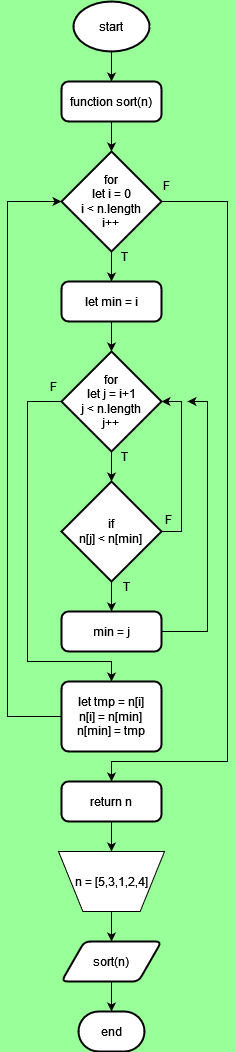
Earlier version of the draw.io export flowchart-diagram/selection_sort_algorithm.drawio.png (Destantomy/Dry-run-algorithm). Source tidied: cells renumbered, new cells last; positions are measured from the earlier drawing's top-left corner, leaving out a move shared by most shapes.
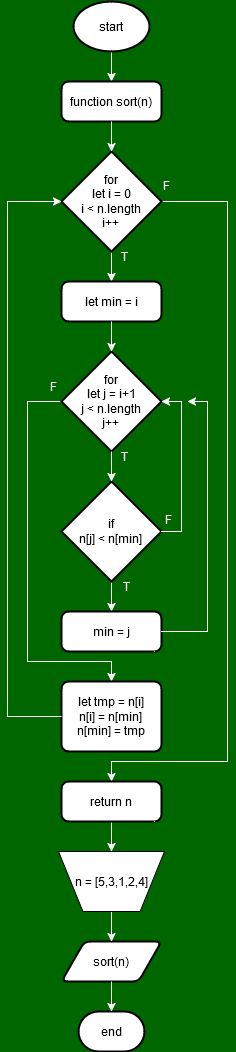
The same file after the commit.

Change to the diagram source:
```diff
@@ -1,8 +1,8 @@
-<mxGraphModel background="#99FF99">
+<mxGraphModel background="#006600">
   <root>
     <mxCell id="0" />
     <mxCell id="1" parent="0" />
-    <mxCell id="2" style="edgeStyle=orthogonalEdgeStyle;rounded=0;jettySize=auto;html=1;exitX=0.5;exitY=1;exitDx=0;exitDy=0;exitPerimeter=0;entryX=0.5;entryY=0;entryDx=0;entryDy=0;strokeColor=#000000;" parent="1" edge="1" source="3" target="4">
+    <mxCell id="2" style="edgeStyle=orthogonalEdgeStyle;rounded=0;jettySize=auto;html=1;exitX=0.5;exitY=1;exitDx=0;exitDy=0;exitPerimeter=0;entryX=0.5;entryY=0;entryDx=0;entryDy=0;strokeColor=#FFFFFF;" parent="1" edge="1" source="3" target="4">
       <mxGeometry relative="1" as="geometry" />
     </mxCell>
     <mxCell id="3" value="start" style="strokeWidth=2;html=1;shape=mxgraph.flowchart.start_1;whiteSpace=wrap;strokeColor=#000000;" parent="1" vertex="1">
@@ -11,10 +11,10 @@
     <mxCell id="4" value="function sort(n)" style="rounded=1;whiteSpace=wrap;html=1;absoluteArcSize=1;arcSize=14;strokeWidth=2;strokeColor=#000000;" parent="1" vertex="1">
       <mxGeometry x="54" y="80" width="100" height="40" as="geometry" />
     </mxCell>
-    <mxCell id="5" style="edgeStyle=orthogonalEdgeStyle;rounded=0;jettySize=auto;html=1;exitX=0.5;exitY=1;exitDx=0;exitDy=0;exitPerimeter=0;entryX=0.5;entryY=0;entryDx=0;entryDy=0;strokeColor=#000000;" parent="1" edge="1" source="7" target="8">
+    <mxCell id="5" style="edgeStyle=orthogonalEdgeStyle;rounded=0;jettySize=auto;html=1;exitX=0.5;exitY=1;exitDx=0;exitDy=0;exitPerimeter=0;entryX=0.5;entryY=0;entryDx=0;entryDy=0;strokeColor=#FFFFFF;" parent="1" edge="1" source="7" target="8">
       <mxGeometry relative="1" as="geometry" />
     </mxCell>
-    <mxCell id="6" style="edgeStyle=orthogonalEdgeStyle;rounded=0;jettySize=auto;html=1;exitX=1;exitY=0.5;exitDx=0;exitDy=0;exitPerimeter=0;entryX=0.5;entryY=0;entryDx=0;entryDy=0;strokeColor=#000000;" parent="1" edge="1" source="7" target="16">
+    <mxCell id="6" style="edgeStyle=orthogonalEdgeStyle;rounded=0;jettySize=auto;html=1;exitX=1;exitY=0.5;exitDx=0;exitDy=0;exitPerimeter=0;entryX=0.5;entryY=0;entryDx=0;entryDy=0;strokeColor=#FFFFFF;" parent="1" edge="1" source="7" target="16">
       <mxGeometry relative="1" as="geometry">
         <Array as="points">
           <mxPoint x="220" y="200" />
@@ -29,7 +29,7 @@
     <mxCell id="8" value="let min = i" style="rounded=1;whiteSpace=wrap;html=1;absoluteArcSize=1;arcSize=14;strokeWidth=2;strokeColor=#000000;" parent="1" vertex="1">
       <mxGeometry x="54" y="280" width="100" height="40" as="geometry" />
     </mxCell>
-    <mxCell id="9" style="edgeStyle=orthogonalEdgeStyle;rounded=0;jettySize=auto;html=1;exitX=0;exitY=0.5;exitDx=0;exitDy=0;exitPerimeter=0;entryX=0.5;entryY=0;entryDx=0;entryDy=0;strokeColor=#000000;" parent="1" edge="1" source="10" target="14">
+    <mxCell id="9" style="edgeStyle=orthogonalEdgeStyle;rounded=0;jettySize=auto;html=1;exitX=0;exitY=0.5;exitDx=0;exitDy=0;exitPerimeter=0;entryX=0.5;entryY=0;entryDx=0;entryDy=0;strokeColor=#FFFFFF;" parent="1" edge="1" source="10" target="14">
       <mxGeometry relative="1" as="geometry">
         <Array as="points">
           <mxPoint x="20" y="400" />
@@ -41,7 +41,7 @@
     <mxCell id="10" value="&lt;div&gt;for&lt;/div&gt;&lt;div&gt;let j = i+1&lt;/div&gt;&lt;div&gt;j &amp;lt; n.length&lt;/div&gt;&lt;div&gt;j++&lt;br&gt;&lt;/div&gt;" style="strokeWidth=2;html=1;shape=mxgraph.flowchart.decision;whiteSpace=wrap;strokeColor=#000000;" parent="1" vertex="1">
       <mxGeometry x="54" y="350" width="100" height="100" as="geometry" />
     </mxCell>
-    <mxCell id="11" style="edgeStyle=orthogonalEdgeStyle;rounded=0;jettySize=auto;html=1;exitX=0.5;exitY=1;exitDx=0;exitDy=0;exitPerimeter=0;entryX=0.5;entryY=0;entryDx=0;entryDy=0;strokeColor=#000000;" parent="1" edge="1" source="12" target="13">
+    <mxCell id="11" style="edgeStyle=orthogonalEdgeStyle;rounded=0;jettySize=auto;html=1;exitX=0.5;exitY=1;exitDx=0;exitDy=0;exitPerimeter=0;entryX=0.5;entryY=0;entryDx=0;entryDy=0;strokeColor=#FFFFFF;" parent="1" edge="1" source="12" target="13">
       <mxGeometry relative="1" as="geometry" />
     </mxCell>
     <mxCell id="12" value="&lt;div&gt;if&lt;/div&gt;&lt;div&gt;n[j] &amp;lt; n[min]&lt;br&gt;&lt;/div&gt;" style="strokeWidth=2;html=1;shape=mxgraph.flowchart.decision;whiteSpace=wrap;strokeColor=#000000;" parent="1" vertex="1">
@@ -53,7 +53,7 @@
     <mxCell id="14" value="&lt;div&gt;let tmp = n[i]&lt;/div&gt;&lt;div&gt;n[i] = n[min]&lt;/div&gt;&lt;div&gt;n[min] = tmp&lt;br&gt;&lt;/div&gt;" style="rounded=1;whiteSpace=wrap;html=1;absoluteArcSize=1;arcSize=14;strokeWidth=2;strokeColor=#000000;" parent="1" vertex="1">
       <mxGeometry x="54" y="680" width="100" height="70" as="geometry" />
     </mxCell>
-    <mxCell id="15" style="edgeStyle=orthogonalEdgeStyle;rounded=0;jettySize=auto;html=1;exitX=0.5;exitY=1;exitDx=0;exitDy=0;entryX=0.5;entryY=0;entryDx=0;entryDy=0;strokeColor=#000000;" parent="1" edge="1" source="16" target="19">
+    <mxCell id="15" style="edgeStyle=orthogonalEdgeStyle;rounded=0;jettySize=auto;html=1;exitX=0.5;exitY=1;exitDx=0;exitDy=0;entryX=0.5;entryY=0;entryDx=0;entryDy=0;strokeColor=#FFFFFF;" parent="1" edge="1" source="16" target="19">
       <mxGeometry relative="1" as="geometry" />
     </mxCell>
     <mxCell id="16" value="return n" style="rounded=1;whiteSpace=wrap;html=1;absoluteArcSize=1;arcSize=14;strokeWidth=2;strokeColor=#000000;" parent="1" vertex="1">
@@ -62,7 +62,7 @@
     <mxCell id="17" value="sort(n)" style="shape=parallelogram;html=1;strokeWidth=2;perimeter=parallelogramPerimeter;whiteSpace=wrap;rounded=1;arcSize=12;size=0.23;" parent="1" vertex="1">
       <mxGeometry x="54" y="940" width="100" height="40" as="geometry" />
     </mxCell>
-    <mxCell id="18" style="edgeStyle=orthogonalEdgeStyle;rounded=0;jettySize=auto;html=1;exitX=0.5;exitY=1;exitDx=0;exitDy=0;entryX=0.5;entryY=0;entryDx=0;entryDy=0;strokeColor=#000000;" parent="1" edge="1" source="19" target="17">
+    <mxCell id="18" style="edgeStyle=orthogonalEdgeStyle;rounded=0;jettySize=auto;html=1;exitX=0.5;exitY=1;exitDx=0;exitDy=0;entryX=0.5;entryY=0;entryDx=0;entryDy=0;strokeColor=#FFFFFF;" parent="1" edge="1" source="19" target="17">
       <mxGeometry relative="1" as="geometry" />
     </mxCell>
     <mxCell id="19" value="n = [5,3,1,2,4]" style="verticalLabelPosition=middle;verticalAlign=middle;html=1;shape=trapezoid;perimeter=trapezoidPerimeter;whiteSpace=wrap;size=0.23;arcSize=10;flipV=1;labelPosition=center;align=center;" parent="1" vertex="1">
@@ -71,19 +71,19 @@
     <mxCell id="20" value="end" style="strokeWidth=2;html=1;shape=mxgraph.flowchart.terminator;whiteSpace=wrap;" parent="1" vertex="1">
       <mxGeometry x="71" y="1010" width="66" height="40" as="geometry" />
     </mxCell>
-    <mxCell id="21" style="edgeStyle=orthogonalEdgeStyle;rounded=0;jettySize=auto;html=1;exitX=0.5;exitY=1;exitDx=0;exitDy=0;entryX=0.5;entryY=0;entryDx=0;entryDy=0;entryPerimeter=0;strokeColor=#000000;" parent="1" edge="1" source="4" target="7">
+    <mxCell id="21" style="edgeStyle=orthogonalEdgeStyle;rounded=0;jettySize=auto;html=1;exitX=0.5;exitY=1;exitDx=0;exitDy=0;entryX=0.5;entryY=0;entryDx=0;entryDy=0;entryPerimeter=0;strokeColor=#FFFFFF;" parent="1" edge="1" source="4" target="7">
       <mxGeometry relative="1" as="geometry" />
     </mxCell>
-    <mxCell id="22" style="edgeStyle=orthogonalEdgeStyle;rounded=0;jettySize=auto;html=1;exitX=0.5;exitY=1;exitDx=0;exitDy=0;entryX=0.5;entryY=0;entryDx=0;entryDy=0;entryPerimeter=0;strokeColor=#000000;" parent="1" edge="1" source="8" target="10">
+    <mxCell id="22" style="edgeStyle=orthogonalEdgeStyle;rounded=0;jettySize=auto;html=1;exitX=0.5;exitY=1;exitDx=0;exitDy=0;entryX=0.5;entryY=0;entryDx=0;entryDy=0;entryPerimeter=0;strokeColor=#FFFFFF;" parent="1" edge="1" source="8" target="10">
       <mxGeometry relative="1" as="geometry" />
     </mxCell>
-    <mxCell id="23" style="edgeStyle=orthogonalEdgeStyle;rounded=0;jettySize=auto;html=1;exitX=0.5;exitY=1;exitDx=0;exitDy=0;exitPerimeter=0;entryX=0.5;entryY=0;entryDx=0;entryDy=0;entryPerimeter=0;strokeColor=#000000;" parent="1" edge="1" source="10" target="12">
+    <mxCell id="23" style="edgeStyle=orthogonalEdgeStyle;rounded=0;jettySize=auto;html=1;exitX=0.5;exitY=1;exitDx=0;exitDy=0;exitPerimeter=0;entryX=0.5;entryY=0;entryDx=0;entryDy=0;entryPerimeter=0;strokeColor=#FFFFFF;" parent="1" edge="1" source="10" target="12">
       <mxGeometry relative="1" as="geometry" />
     </mxCell>
-    <mxCell id="24" style="edgeStyle=orthogonalEdgeStyle;rounded=0;jettySize=auto;html=1;exitX=1;exitY=0.5;exitDx=0;exitDy=0;exitPerimeter=0;entryX=1;entryY=0.5;entryDx=0;entryDy=0;entryPerimeter=0;strokeColor=#000000;" parent="1" edge="1" source="12" target="10">
+    <mxCell id="24" style="edgeStyle=orthogonalEdgeStyle;rounded=0;jettySize=auto;html=1;exitX=1;exitY=0.5;exitDx=0;exitDy=0;exitPerimeter=0;entryX=1;entryY=0.5;entryDx=0;entryDy=0;entryPerimeter=0;strokeColor=#FFFFFF;" parent="1" edge="1" source="12" target="10">
       <mxGeometry relative="1" as="geometry" />
     </mxCell>
-    <mxCell id="25" style="edgeStyle=orthogonalEdgeStyle;rounded=0;jettySize=auto;html=1;exitX=1;exitY=0.5;exitDx=0;exitDy=0;strokeColor=#000000;" parent="1" edge="1" source="13">
+    <mxCell id="25" style="edgeStyle=orthogonalEdgeStyle;rounded=0;jettySize=auto;html=1;exitX=1;exitY=0.5;exitDx=0;exitDy=0;strokeColor=#FFFFFF;" parent="1" edge="1" source="13">
       <mxGeometry relative="1" as="geometry">
         <mxPoint x="180" y="400" as="targetPoint" />
         <Array as="points">
@@ -92,7 +92,7 @@
         </Array>
       </mxGeometry>
     </mxCell>
-    <mxCell id="26" style="edgeStyle=orthogonalEdgeStyle;rounded=0;jettySize=auto;html=1;exitX=0;exitY=0.5;exitDx=0;exitDy=0;entryX=0;entryY=0.5;entryDx=0;entryDy=0;entryPerimeter=0;strokeColor=#000000;" parent="1" edge="1" source="14" target="7">
+    <mxCell id="26" style="edgeStyle=orthogonalEdgeStyle;rounded=0;jettySize=auto;html=1;exitX=0;exitY=0.5;exitDx=0;exitDy=0;entryX=0;entryY=0.5;entryDx=0;entryDy=0;entryPerimeter=0;strokeColor=#FFFFFF;" parent="1" edge="1" source="14" target="7">
       <mxGeometry relative="1" as="geometry">
         <Array as="points">
           <mxPoint y="715" />
@@ -100,25 +100,25 @@
         </Array>
       </mxGeometry>
     </mxCell>
-    <mxCell id="27" style="edgeStyle=orthogonalEdgeStyle;rounded=0;jettySize=auto;html=1;exitX=0.5;exitY=1;exitDx=0;exitDy=0;entryX=0.5;entryY=0;entryDx=0;entryDy=0;entryPerimeter=0;strokeColor=#000000;" parent="1" edge="1" source="17" target="20">
+    <mxCell id="27" style="edgeStyle=orthogonalEdgeStyle;rounded=0;jettySize=auto;html=1;exitX=0.5;exitY=1;exitDx=0;exitDy=0;entryX=0.5;entryY=0;entryDx=0;entryDy=0;entryPerimeter=0;strokeColor=#FFFFFF;" parent="1" edge="1" source="17" target="20">
       <mxGeometry relative="1" as="geometry" />
     </mxCell>
-    <mxCell id="28" value="T" style="text;html=1;align=center;verticalAlign=middle;whiteSpace=wrap;rounded=0;" parent="1" vertex="1">
+    <mxCell id="28" value="T" style="text;html=1;align=center;verticalAlign=middle;whiteSpace=wrap;rounded=0;fontColor=#FFFFFF;" parent="1" vertex="1">
       <mxGeometry x="97" y="240" width="40" height="30" as="geometry" />
     </mxCell>
-    <mxCell id="29" value="T" style="text;html=1;align=center;verticalAlign=middle;whiteSpace=wrap;rounded=0;" parent="1" vertex="1">
+    <mxCell id="29" value="T" style="text;html=1;align=center;verticalAlign=middle;whiteSpace=wrap;rounded=0;fontColor=#FFFFFF;" parent="1" vertex="1">
       <mxGeometry x="97" y="440" width="40" height="30" as="geometry" />
     </mxCell>
-    <mxCell id="30" value="T" style="text;html=1;align=center;verticalAlign=middle;whiteSpace=wrap;rounded=0;" parent="1" vertex="1">
+    <mxCell id="30" value="T" style="text;html=1;align=center;verticalAlign=middle;whiteSpace=wrap;rounded=0;fontColor=#FFFFFF;" parent="1" vertex="1">
       <mxGeometry x="111" y="570" width="17" height="30" as="geometry" />
     </mxCell>
-    <mxCell id="31" value="F" style="text;html=1;align=center;verticalAlign=middle;whiteSpace=wrap;rounded=0;" parent="1" vertex="1">
+    <mxCell id="31" value="F" style="text;html=1;align=center;verticalAlign=middle;whiteSpace=wrap;rounded=0;fontColor=#FFFFFF;" parent="1" vertex="1">
       <mxGeometry x="141" y="503" width="40" height="30" as="geometry" />
     </mxCell>
-    <mxCell id="32" value="F" style="text;html=1;align=center;verticalAlign=middle;whiteSpace=wrap;rounded=0;" parent="1" vertex="1">
+    <mxCell id="32" value="F" style="text;html=1;align=center;verticalAlign=middle;whiteSpace=wrap;rounded=0;fontColor=#FFFFFF;" parent="1" vertex="1">
       <mxGeometry x="26" y="370" width="40" height="30" as="geometry" />
     </mxCell>
-    <mxCell id="33" value="F" style="text;html=1;align=center;verticalAlign=middle;whiteSpace=wrap;rounded=0;" parent="1" vertex="1">
+    <mxCell id="33" value="F" style="text;html=1;align=center;verticalAlign=middle;whiteSpace=wrap;rounded=0;fontColor=#FFFFFF;" parent="1" vertex="1">
       <mxGeometry x="139" y="169" width="40" height="30" as="geometry" />
     </mxCell>
   </root>
```
